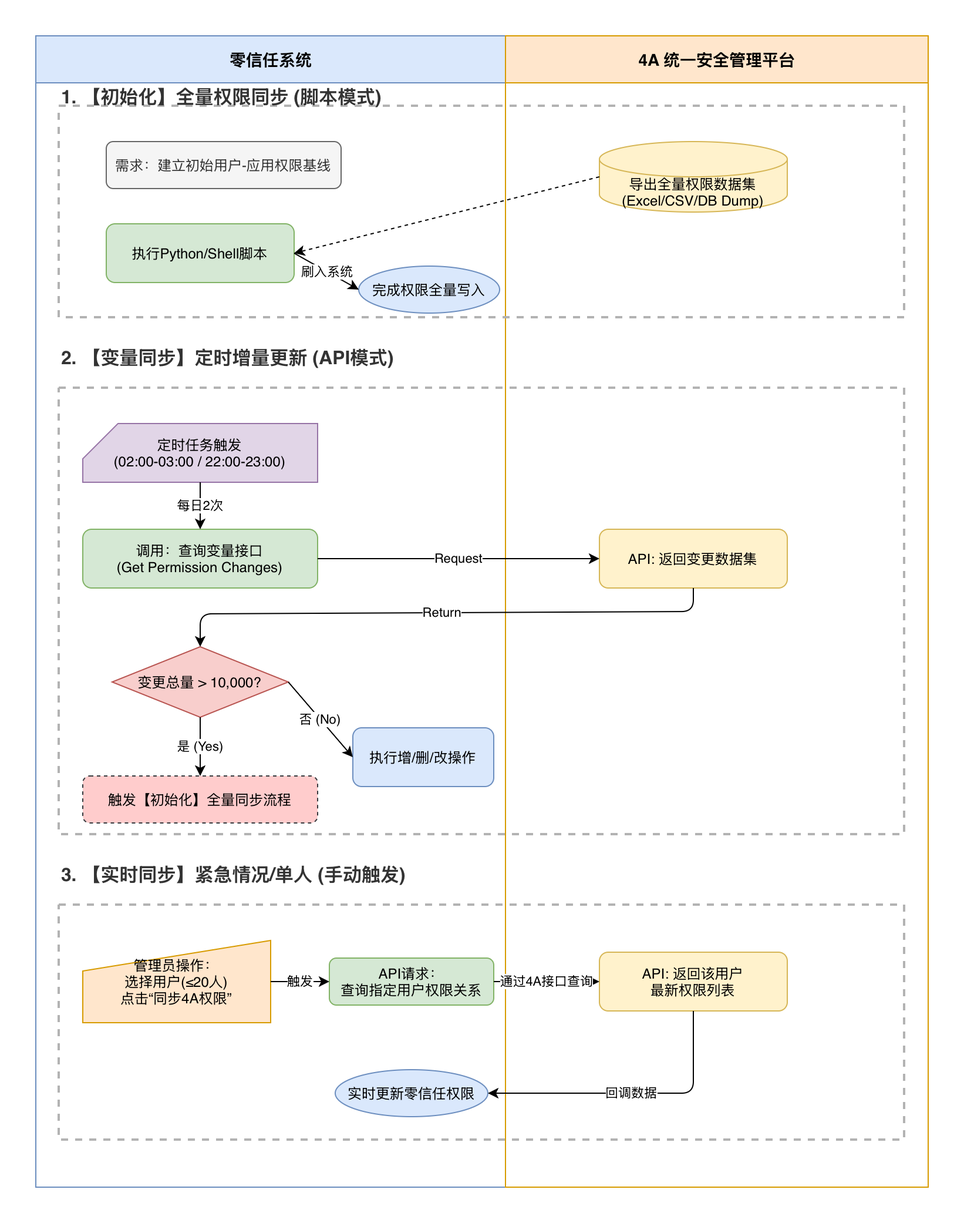
The draw.io diagram 零信任-4A权限对接结构图.png in skillre/diagrams_P, before a commit. Source tidied: cells renumbered, new cells last; positions are measured from the earlier drawing's top-left corner, leaving out a move shared by most shapes.
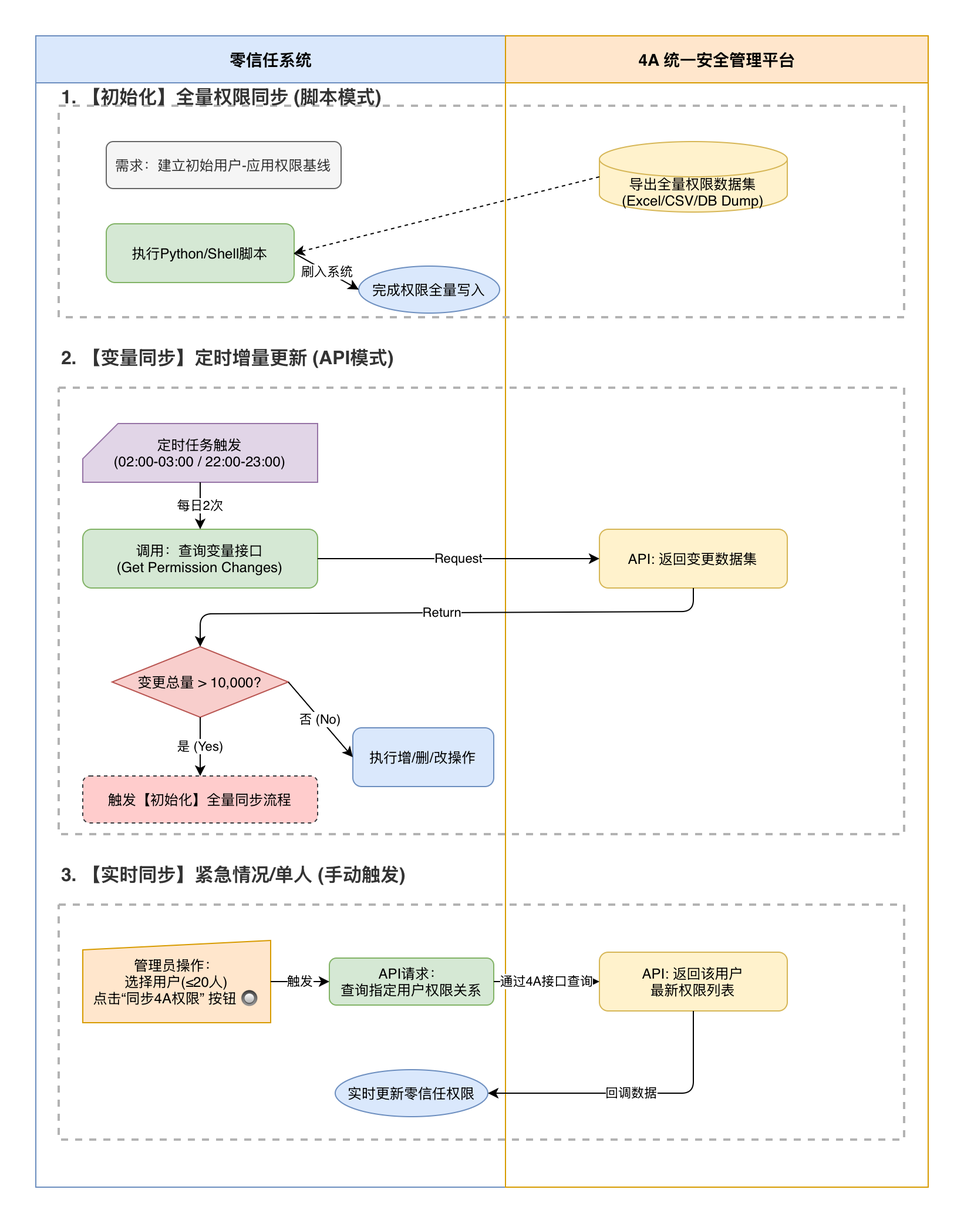
Above is the later version.

Commit message:
更新零信任-4A权限对接结构图.png

Diff of the diagram source:
```diff
@@ -82,7 +82,7 @@
     <mxCell id="26" style="rounded=0;whiteSpace=wrap;html=1;fillColor=none;strokeColor=#B3B3B3;strokeWidth=2;dashed=1;" parent="1" vertex="1">
       <mxGeometry x="20" y="740" width="720" height="200" as="geometry" />
     </mxCell>
-    <mxCell id="27" value="管理员操作：&#10;选择用户(≤20人)&#10;点击“同步4A权限”" style="shape=manualInput;whiteSpace=wrap;html=1;size=26;fillColor=#ffe6cc;strokeColor=#d79b00;" parent="1" vertex="1">
+    <mxCell id="27" value="管理员操作：&lt;br&gt;选择用户(≤20人)&lt;br&gt;点击“同步4A权限” 按钮 🔘" style="shape=manualInput;whiteSpace=wrap;html=1;size=8;fillColor=#ffe6cc;strokeColor=#d79b00;" parent="1" vertex="1">
       <mxGeometry x="40" y="770" width="160" height="70" as="geometry" />
     </mxCell>
     <mxCell id="28" value="API请求：&#10;查询指定用户权限关系" style="rounded=1;whiteSpace=wrap;html=1;fillColor=#d5e8d4;strokeColor=#82b366;" parent="1" vertex="1">
```
